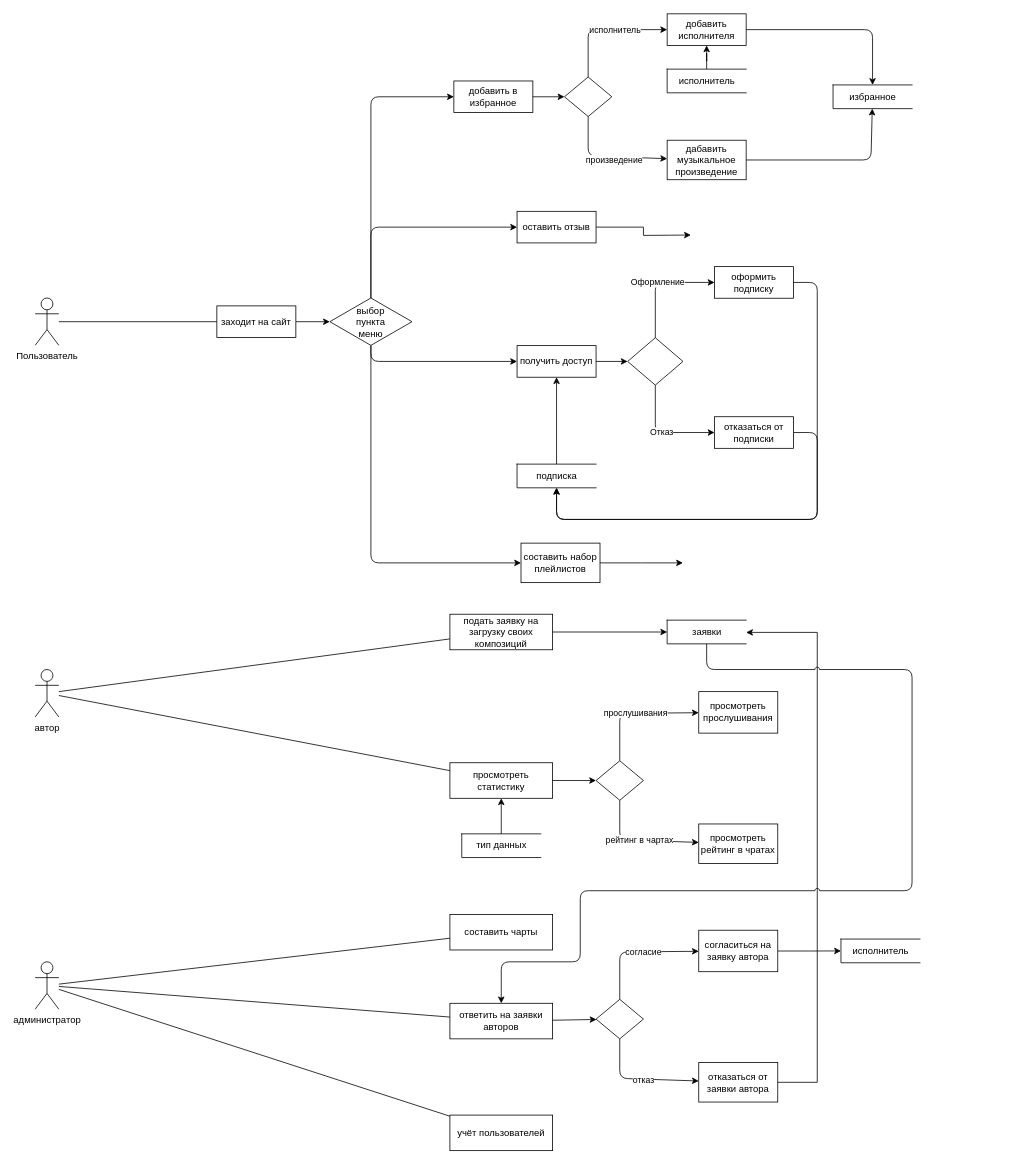
Arina-Skildeeva/Description- keeps this draw.io diagram as page "Страница 1" (1 of 2) of DFD_MusicLibrary.drawio. Above is the earlier version. Source tidied: cells renumbered, new cells numbered last; positions are measured from the earlier drawing's top-left corner, leaving out a move shared by most shapes. Both pictures are drawn from the tidied source at 79%, with x=0, y=0 at pixel (35, 13).
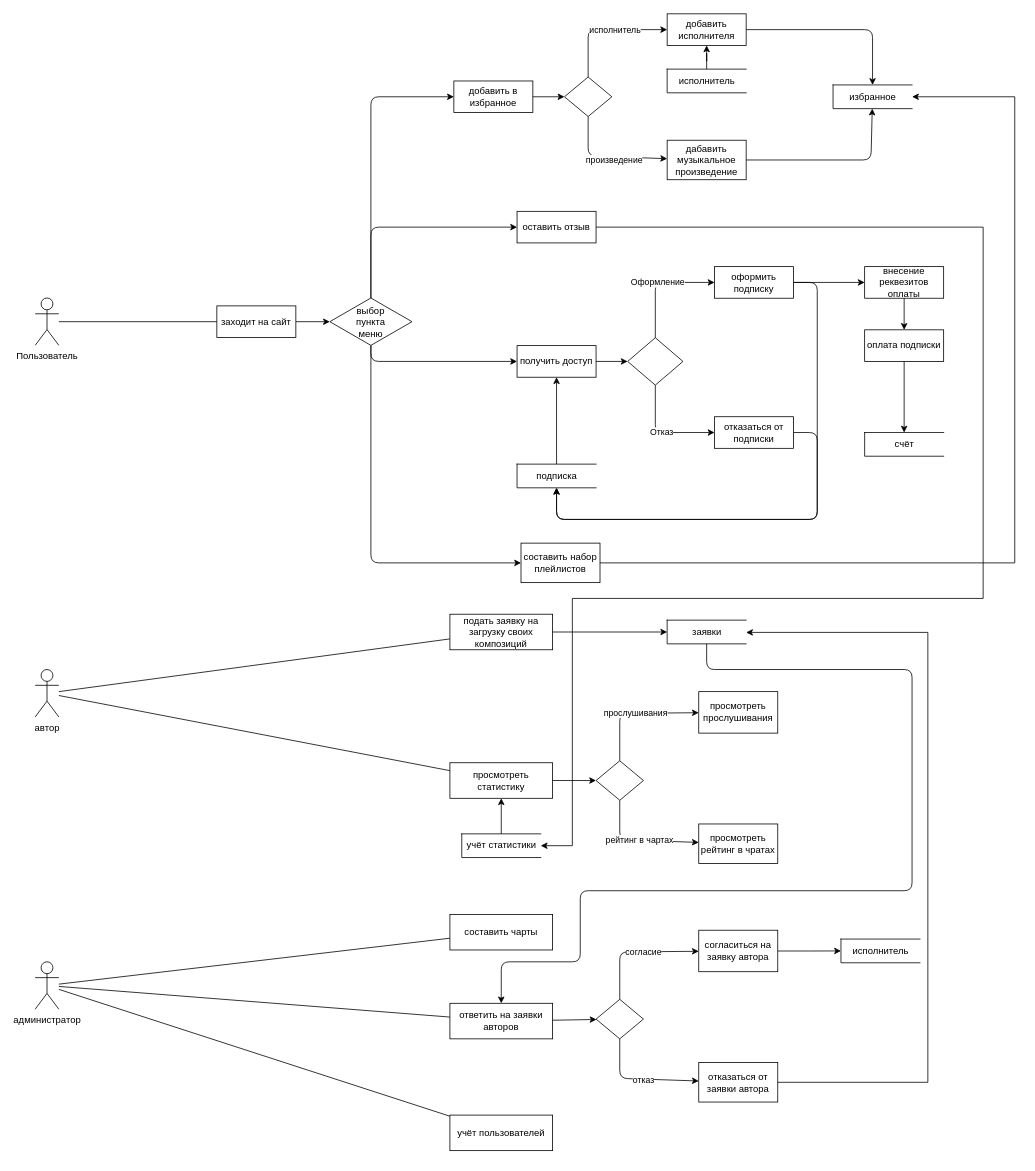
The same page after the edit.

The change refers to these unchanged cells:
```xml
<mxCell id="9" value="оставить отзыв" style="rounded=0;whiteSpace=wrap;html=1;" parent="1" vertex="1">
  <mxGeometry x="610" y="250" width="100" height="40" as="geometry" />
</mxCell>
<mxCell id="12" value="подписка" style="html=1;dashed=0;whitespace=wrap;shape=partialRectangle;right=0;" parent="1" vertex="1">
  <mxGeometry x="610" y="570" width="100" height="30" as="geometry" />
</mxCell>
<mxCell id="17" value="оформить подписку" style="rounded=0;whiteSpace=wrap;html=1;" parent="1" vertex="1">
  <mxGeometry x="860" y="320" width="100" height="40" as="geometry" />
</mxCell>
<mxCell id="28" value="избранное" style="html=1;dashed=0;whitespace=wrap;shape=partialRectangle;right=0;" parent="1" vertex="1">
  <mxGeometry x="1010" y="90" width="100" height="30" as="geometry" />
</mxCell>
<mxCell id="32" value="составить набор плейлистов" style="rounded=0;whiteSpace=wrap;html=1;" parent="1" vertex="1">
  <mxGeometry x="615" y="670" width="100" height="50" as="geometry" />
</mxCell>
<mxCell id="46" value="заявки" style="html=1;dashed=0;whitespace=wrap;shape=partialRectangle;right=0;" parent="1" vertex="1">
  <mxGeometry x="800" y="767.5" width="100" height="30" as="geometry" />
</mxCell>
<mxCell id="55" value="отказаться от заявки автора" style="rounded=0;whiteSpace=wrap;html=1;" parent="1" vertex="1">
  <mxGeometry x="840" y="1327.5" width="100" height="50" as="geometry" />
</mxCell>
```

What changed in the source:
```diff
@@
-    <mxCell id="8" style="edgeStyle=orthogonalEdgeStyle;rounded=0;jettySize=auto;html=1;" parent="1" edge="1" source="9">
+    <mxCell id="8" style="edgeStyle=orthogonalEdgeStyle;rounded=0;jettySize=auto;html=1;entryX=1;entryY=0.5;entryDx=0;entryDy=0;" parent="1" edge="1" source="9" target="36">
       <mxGeometry relative="1" as="geometry">
-        <mxPoint x="830" y="280" as="targetPoint" />
+        <Array as="points">
+          <mxPoint x="1200" y="270" />
+          <mxPoint x="1200" y="740" />
+          <mxPoint x="680" y="740" />
+          <mxPoint x="680" y="1053" />
+        </Array>
       </mxGeometry>
     </mxCell>
@@
+    <mxCell id="75" style="edgeStyle=orthogonalEdgeStyle;rounded=0;jettySize=auto;html=1;" parent="1" edge="1" source="17">
+      <mxGeometry relative="1" as="geometry">
+        <mxPoint x="1050" y="340" as="targetPoint" />
+      </mxGeometry>
+    </mxCell>
@@
-    <mxCell id="18" style="endArrow=classic;html=1;edgeStyle=orthogonalEdgeStyle;" parent="1" edge="1" source="17" target="12">
+    <mxCell id="18" style="endArrow=classic;html=1;edgeStyle=orthogonalEdgeStyle;exitX=1;exitY=0.5;exitDx=0;exitDy=0;" parent="1" edge="1" source="17" target="12">
       <mxGeometry relative="1" as="geometry">
         <Array as="points">
           <mxPoint x="990" y="340" />
           <mxPoint x="990" y="640" />
           <mxPoint x="660" y="640" />
         </Array>
       </mxGeometry>
     </mxCell>
@@
-    <mxCell id="31" style="edgeStyle=orthogonalEdgeStyle;rounded=0;jettySize=auto;html=1;" parent="1" edge="1" source="32">
+    <mxCell id="31" style="edgeStyle=orthogonalEdgeStyle;rounded=0;jettySize=auto;html=1;entryX=1;entryY=0.5;entryDx=0;entryDy=0;" parent="1" edge="1" source="32" target="28">
       <mxGeometry relative="1" as="geometry">
-        <mxPoint x="820" y="695" as="targetPoint" />
+        <Array as="points">
+          <mxPoint x="1240" y="695" />
+          <mxPoint x="1240" y="105" />
+        </Array>
       </mxGeometry>
     </mxCell>
@@
-    <mxCell id="36" value="тип данных" style="html=1;dashed=0;whitespace=wrap;shape=partialRectangle;right=0;" parent="1" vertex="1">
+    <mxCell id="36" value="учёт статистики" style="html=1;dashed=0;whitespace=wrap;shape=partialRectangle;right=0;" parent="1" vertex="1">
       <mxGeometry x="540" y="1038" width="100" height="30" as="geometry" />
     </mxCell>
@@
     <mxCell id="54" style="edgeStyle=orthogonalEdgeStyle;rounded=0;jettySize=auto;html=1;" parent="1" edge="1" source="55" target="46">
       <mxGeometry relative="1" as="geometry">
         <Array as="points">
-          <mxPoint x="990" y="1353" />
-          <mxPoint x="990" y="783" />
+          <mxPoint x="1130" y="1353" />
+          <mxPoint x="1130" y="783" />
         </Array>
       </mxGeometry>
     </mxCell>
@@
+    <mxCell id="76" style="group;" parent="1" vertex="1">
+      <mxGeometry x="1050" y="320" width="100" height="40" as="geometry" />
+    </mxCell>
+    <mxCell id="77" value="внесение реквезитов оплаты" style="rounded=0;whiteSpace=wrap;html=1;" parent="76" vertex="1">
+      <mxGeometry width="100" height="40" as="geometry" />
+    </mxCell>
+    <mxCell id="78" style="group;" parent="1" vertex="1">
+      <mxGeometry x="1050" y="530" width="100" height="30" as="geometry" />
+    </mxCell>
+    <mxCell id="79" style="edgeStyle=orthogonalEdgeStyle;rounded=0;jettySize=auto;html=1;exitX=0.5;exitY=1;exitDx=0;exitDy=0;" parent="78" edge="1" source="82">
+      <mxGeometry relative="1" as="geometry">
+        <mxPoint x="50" as="targetPoint" />
+      </mxGeometry>
+    </mxCell>
+    <mxCell id="80" value="счёт" style="html=1;dashed=0;whitespace=wrap;shape=partialRectangle;right=0;" parent="78" vertex="1">
+      <mxGeometry width="100" height="30" as="geometry" />
+    </mxCell>
+    <mxCell id="81" style="group;" parent="1" vertex="1">
+      <mxGeometry x="1050" y="400" width="100" height="40" as="geometry" />
+    </mxCell>
+    <mxCell id="82" value="оплата подписки" style="rounded=0;whiteSpace=wrap;html=1;" parent="81" vertex="1">
+      <mxGeometry width="100" height="40" as="geometry" />
+    </mxCell>
+    <mxCell id="83" style="edgeStyle=orthogonalEdgeStyle;rounded=0;jettySize=auto;html=1;entryX=0.5;entryY=0;entryDx=0;entryDy=0;" parent="1" edge="1" source="77" target="82">
+      <mxGeometry relative="1" as="geometry" />
+    </mxCell>
```
